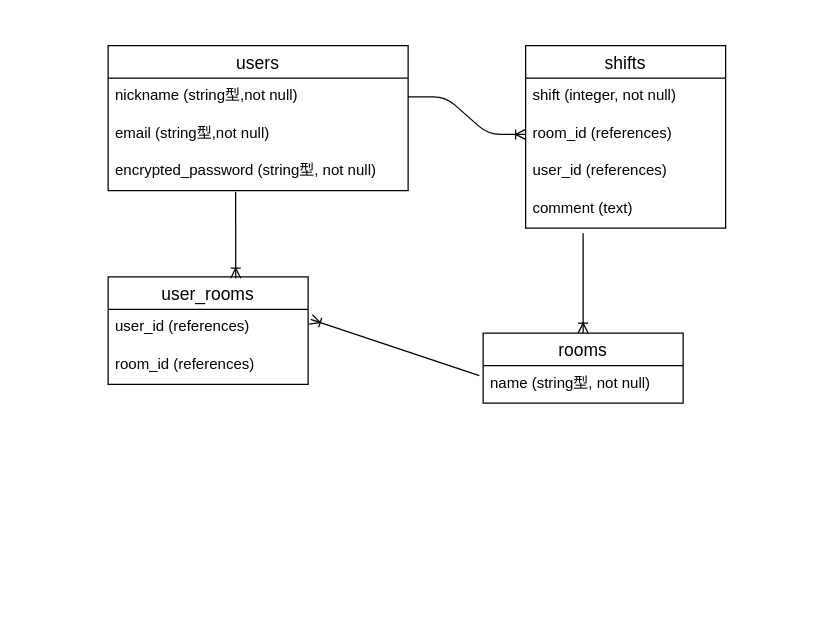
The draw.io diagram shift_system.dio in DanInamori/shift_system, before the edit. Source tidied: cells renumbered, new cells numbered last; positions are measured from the earlier drawing's top-left corner, leaving out a move shared by most shapes. Both pictures are drawn from the tidied source at 125%, with x=0, y=0 at pixel (108, 45).
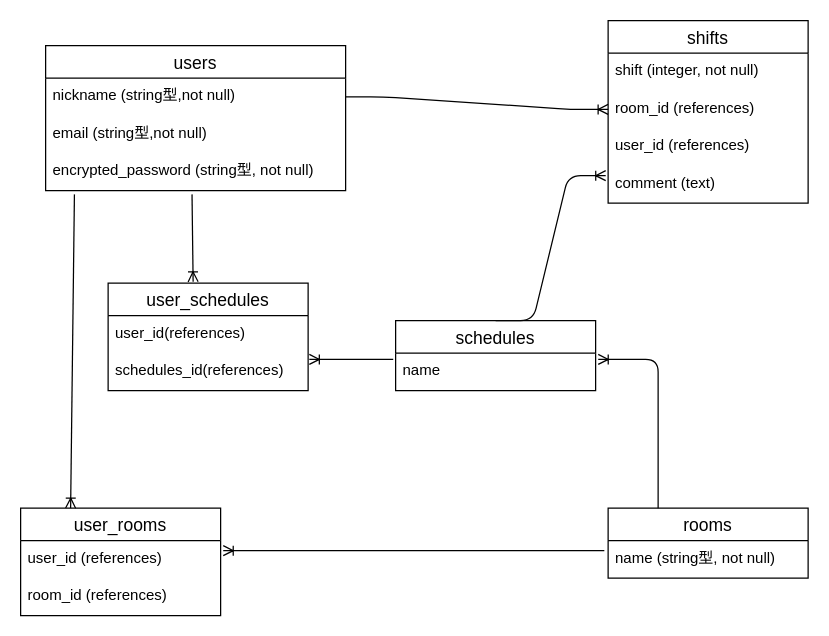
After the change.

Unchanged cells that the change refers to:
```xml
<mxCell id="5" value="encrypted_password (string型, not null)" style="text;strokeColor=none;fillColor=none;spacingLeft=4;spacingRight=4;overflow=hidden;points=[[0,0.5],[1,0.5]];portConstraint=eastwest;fontSize=12;" parent="2" vertex="1">
  <mxGeometry y="86" width="240" height="30" as="geometry" />
</mxCell>
<mxCell id="17" value="comment (text)" style="text;strokeColor=none;fillColor=none;spacingLeft=4;spacingRight=4;overflow=hidden;points=[[0,0.5],[1,0.5]];portConstraint=eastwest;fontSize=12;" parent="13" vertex="1">
  <mxGeometry y="116" width="160" height="30" as="geometry" />
</mxCell>
```

Diff of the diagram source:
```diff
@@
     <mxCell id="2" value="users" style="swimlane;fontStyle=0;horizontal=1;startSize=26;align=center;fontSize=14;" parent="1" vertex="1">
-      <mxGeometry width="240" height="116" as="geometry" />
+      <mxGeometry x="-50" width="240" height="116" as="geometry" />
     </mxCell>
@@
     <mxCell id="6" value="rooms" style="swimlane;fontStyle=0;horizontal=1;startSize=26;align=center;fontSize=14;" parent="1" vertex="1">
-      <mxGeometry x="300" y="230" width="160" height="56" as="geometry" />
+      <mxGeometry x="400" y="370" width="160" height="56" as="geometry" />
     </mxCell>
@@
     <mxCell id="8" value="user_rooms" style="swimlane;fontStyle=0;horizontal=1;startSize=26;align=center;fontSize=14;" parent="1" vertex="1">
-      <mxGeometry y="185" width="160" height="86" as="geometry" />
+      <mxGeometry x="-70" y="370" width="160" height="86" as="geometry" />
     </mxCell>
@@
-    <mxCell id="12" style="fontSize=12;html=1;endArrow=ERoneToMany;entryX=0.638;entryY=0.012;entryDx=0;entryDy=0;entryPerimeter=0;" parent="1" edge="1" target="8">
-      <mxGeometry relative="1" as="geometry">
-        <mxPoint x="102" y="117" as="sourcePoint" />
-      </mxGeometry>
+    <mxCell id="12" style="fontSize=12;html=1;endArrow=ERoneToMany;entryX=0.25;entryY=0;entryDx=0;entryDy=0;exitX=0.096;exitY=1.1;exitDx=0;exitDy=0;exitPerimeter=0;" parent="1" edge="1" source="5" target="8">
+      <mxGeometry relative="1" as="geometry" />
     </mxCell>
     <mxCell id="13" value="shifts" style="swimlane;fontStyle=0;horizontal=1;startSize=26;align=center;fontSize=14;" parent="1" vertex="1">
-      <mxGeometry x="334" width="160" height="146" as="geometry" />
+      <mxGeometry x="400" y="-20" width="160" height="146" as="geometry" />
     </mxCell>
@@
-    <mxCell id="19" style="fontSize=12;html=1;endArrow=ERoneToMany;entryX=0.5;entryY=0;entryDx=0;entryDy=0;" parent="1" edge="1" target="6">
-      <mxGeometry relative="1" as="geometry">
-        <mxPoint x="380" y="150" as="sourcePoint" />
-      </mxGeometry>
+    <mxCell id="19" style="fontSize=12;html=1;endArrow=ERoneToMany;entryX=1.013;entryY=0.167;entryDx=0;entryDy=0;exitX=0.25;exitY=0;exitDx=0;exitDy=0;entryPerimeter=0;edgeStyle=orthogonalEdgeStyle;" parent="1" edge="1" source="6" target="21">
+      <mxGeometry relative="1" as="geometry" />
     </mxCell>
+    <mxCell id="20" value="schedules" style="swimlane;fontStyle=0;horizontal=1;startSize=26;align=center;fontSize=14;" parent="1" vertex="1">
+      <mxGeometry x="230" y="220" width="160" height="56" as="geometry" />
+    </mxCell>
+    <mxCell id="21" value="name" style="text;strokeColor=none;fillColor=none;spacingLeft=4;spacingRight=4;overflow=hidden;points=[[0,0.5],[1,0.5]];portConstraint=eastwest;fontSize=12;" parent="20" vertex="1">
+      <mxGeometry y="26" width="160" height="30" as="geometry" />
+    </mxCell>
+    <mxCell id="22" value="user_schedules" style="swimlane;fontStyle=0;horizontal=1;startSize=26;align=center;fontSize=14;" parent="1" vertex="1">
+      <mxGeometry y="190" width="160" height="86" as="geometry" />
+    </mxCell>
+    <mxCell id="23" value="user_id(references)" style="text;strokeColor=none;fillColor=none;spacingLeft=4;spacingRight=4;overflow=hidden;points=[[0,0.5],[1,0.5]];portConstraint=eastwest;fontSize=12;" parent="22" vertex="1">
+      <mxGeometry y="26" width="160" height="30" as="geometry" />
+    </mxCell>
+    <mxCell id="24" value="schedules_id(references)" style="text;strokeColor=none;fillColor=none;spacingLeft=4;spacingRight=4;overflow=hidden;fontSize=12;" parent="22" vertex="1">
+      <mxGeometry y="56" width="160" height="30" as="geometry" />
+    </mxCell>
+    <mxCell id="25" style="fontSize=12;html=1;endArrow=ERoneToMany;exitX=0.488;exitY=1.1;exitDx=0;exitDy=0;exitPerimeter=0;entryX=0.425;entryY=-0.012;entryDx=0;entryDy=0;entryPerimeter=0;" parent="1" edge="1" source="5" target="22">
+      <mxGeometry relative="1" as="geometry" />
+    </mxCell>
+    <mxCell id="26" style="edgeStyle=entityRelationEdgeStyle;fontSize=12;html=1;endArrow=ERoneToMany;exitX=-0.012;exitY=0.167;exitDx=0;exitDy=0;exitPerimeter=0;entryX=1.006;entryY=1.167;entryDx=0;entryDy=0;entryPerimeter=0;" parent="1" edge="1" source="21" target="23">
+      <mxGeometry relative="1" as="geometry" />
+    </mxCell>
+    <mxCell id="27" style="edgeStyle=entityRelationEdgeStyle;fontSize=12;html=1;endArrow=ERoneToMany;entryX=-0.012;entryY=0.267;entryDx=0;entryDy=0;entryPerimeter=0;exitX=0.5;exitY=0;exitDx=0;exitDy=0;" parent="1" edge="1" source="20" target="17">
+      <mxGeometry relative="1" as="geometry" />
+    </mxCell>
```
